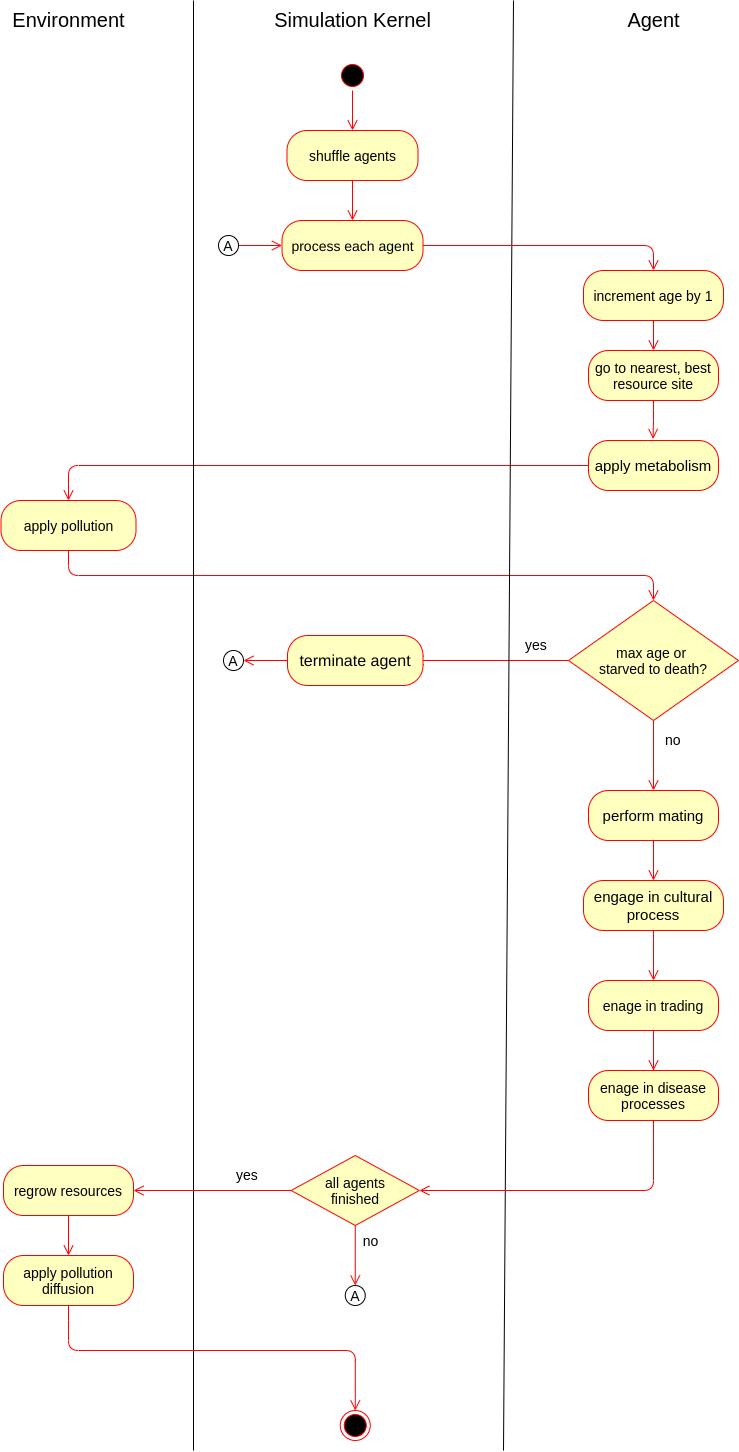
Earlier version of the draw.io export thesis/writing/fig/background/abs/sugarscape_activity.png (thalerjonathan/phd). Source tidied: cells renumbered, new cells last; positions are measured from the earlier drawing's top-left corner, leaving out a move shared by most shapes.
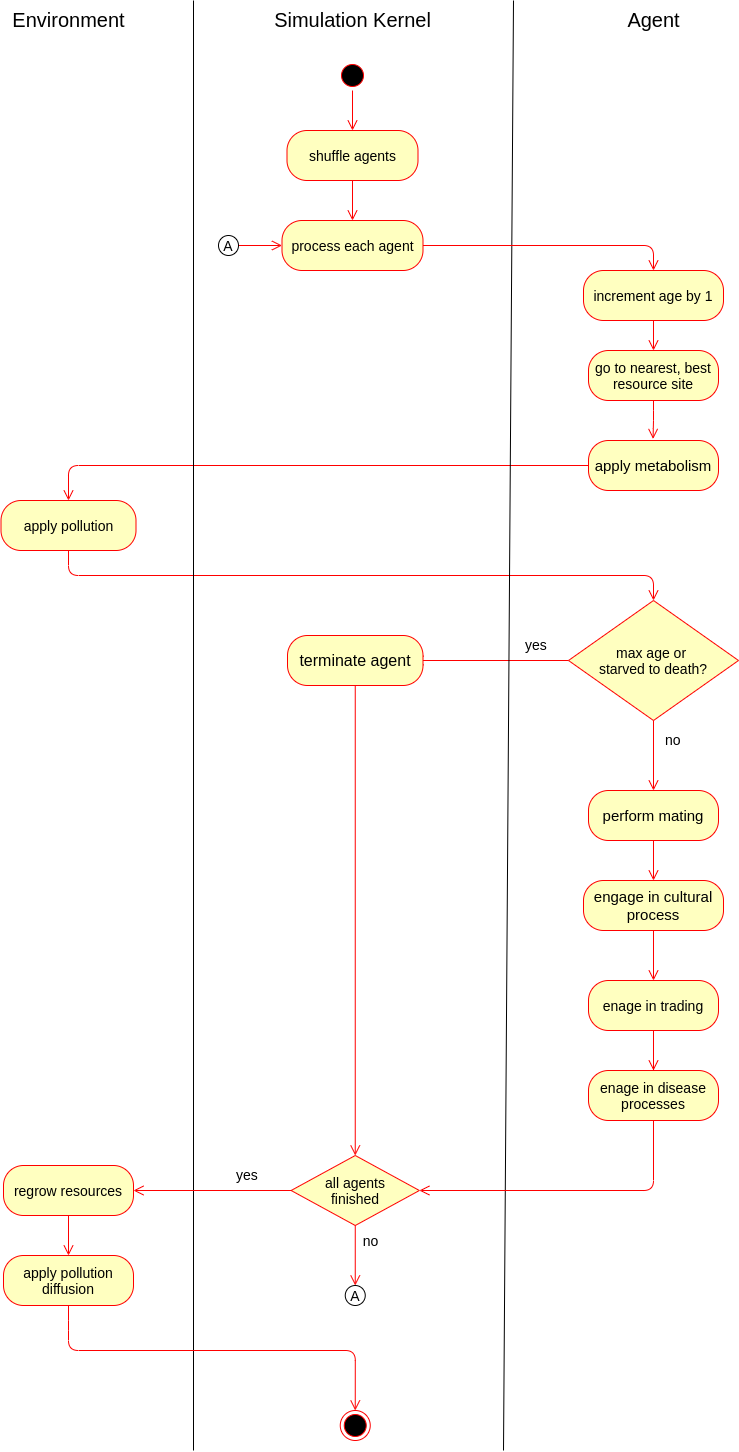
After the commit.

Change to the diagram source:
```diff
@@ -146,12 +146,6 @@
     <mxCell id="40" style="edgeStyle=orthogonalEdgeStyle;html=1;verticalAlign=bottom;endArrow=open;endSize=8;strokeColor=#ff0000;entryX=0.5;entryY=0;entryDx=0;entryDy=0;exitX=0.5;exitY=1;exitDx=0;exitDy=0;" parent="1" edge="1" source="34" target="43">
       <mxGeometry relative="1" as="geometry" />
     </mxCell>
-    <mxCell id="41" style="edgeStyle=orthogonalEdgeStyle;html=1;verticalAlign=bottom;endArrow=open;endSize=8;strokeColor=#ff0000;exitX=0;exitY=0.5;exitDx=0;exitDy=0;entryX=1;entryY=0.5;entryDx=0;entryDy=0;" parent="1" edge="1" source="30" target="42">
-      <mxGeometry relative="1" as="geometry" />
-    </mxCell>
-    <mxCell id="42" value="&lt;font style=&quot;font-size: 14px&quot;&gt;A&lt;/font&gt;" style="ellipse;whiteSpace=wrap;html=1;" parent="1" vertex="1">
-      <mxGeometry x="222" y="650" width="20" height="20" as="geometry" />
-    </mxCell>
     <mxCell id="43" value="&lt;font style=&quot;font-size: 14px&quot;&gt;A&lt;/font&gt;" style="ellipse;whiteSpace=wrap;html=1;" parent="1" vertex="1">
       <mxGeometry x="343.8" y="1285" width="20" height="20" as="geometry" />
     </mxCell>
@@ -167,5 +161,8 @@
     <mxCell id="47" style="edgeStyle=orthogonalEdgeStyle;html=1;verticalAlign=bottom;endArrow=open;endSize=8;strokeColor=#ff0000;" parent="1" edge="1" source="26" target="46">
       <mxGeometry relative="1" as="geometry" />
     </mxCell>
+    <mxCell id="48" style="edgeStyle=orthogonalEdgeStyle;html=1;verticalAlign=bottom;endArrow=open;endSize=8;strokeColor=#ff0000;exitX=0.5;exitY=1;exitDx=0;exitDy=0;entryX=0.5;entryY=0;entryDx=0;entryDy=0;" parent="1" edge="1" source="30" target="34">
+      <mxGeometry relative="1" as="geometry" />
+    </mxCell>
   </root>
 </mxGraphModel>
```
